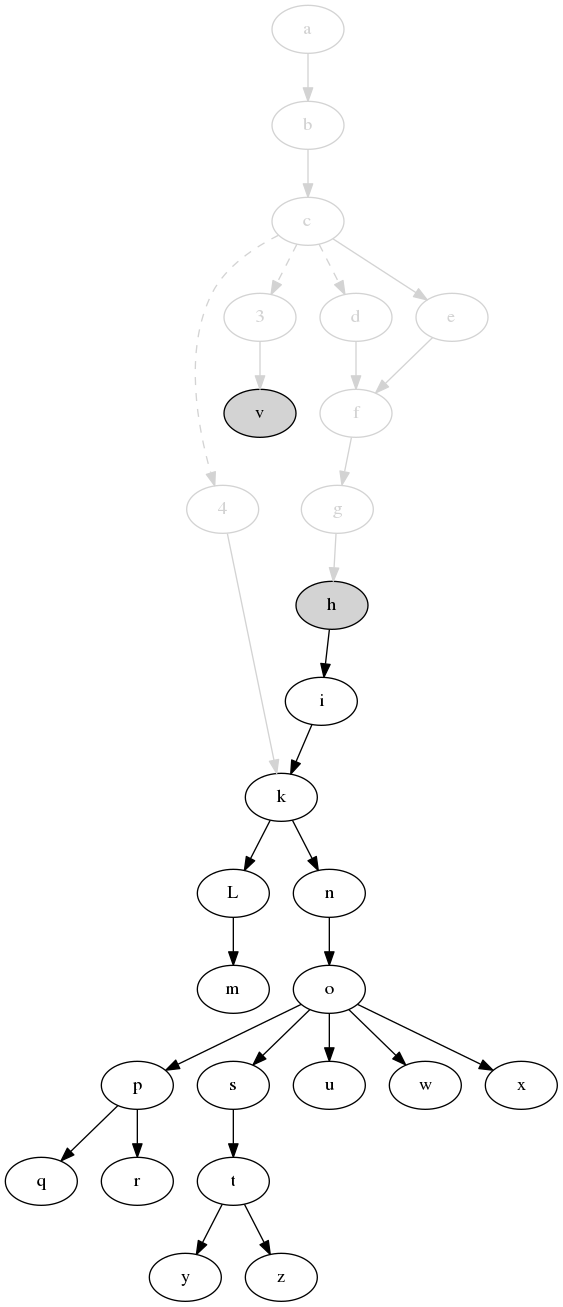
Before: svm-startup-deps.png, a diagram exported from Graphviz (jdmpapin/svm-startup-deps). Its source is kept beside it as svm-startup-deps.dot. Its diagram source:
```dot
digraph {
    4 [color=lightgrey,fontcolor=lightgrey];
    3 [color=lightgrey,fontcolor=lightgrey];
    a [color=lightgrey,fontcolor=lightgrey];
    b [color=lightgrey,fontcolor=lightgrey];
    c [color=lightgrey,fontcolor=lightgrey];
    d [color=lightgrey,fontcolor=lightgrey];
    e [color=lightgrey,fontcolor=lightgrey];
    f [color=lightgrey,fontcolor=lightgrey];
    g [color=lightgrey,fontcolor=lightgrey];
    h [style=filled,fillcolor=lightgrey];
    i;
    k;
    L;
    m;
    n;
    o;
    p;
    q;
    r;
    s;
    t;
    u;
    v [style=filled,fillcolor=lightgrey];
    w;
    x;
    y;
    z;

    4 -> k [color=lightgrey];
    c -> 4 [style=dashed,color=lightgrey];
    c -> 3 [style=dashed,color=lightgrey];
    c -> d [style=dashed,color=lightgrey];
    3 -> v [color=lightgrey];
    a -> b [color=lightgrey];
    b -> c [color=lightgrey];
    c -> e [color=lightgrey];
    d -> f [color=lightgrey];
    e -> f [color=lightgrey];
    f -> g [color=lightgrey];
    g -> h [color=lightgrey];
    h -> i;
    i -> k;
    k -> L;
    L -> m;
    k -> n;
    n -> o;
    o -> p;
    p -> q;
    p -> r;
    o -> s;
    s -> t;
    o -> u;
    o -> w;
    o -> x;
    t -> y;
    t -> z;
}
```
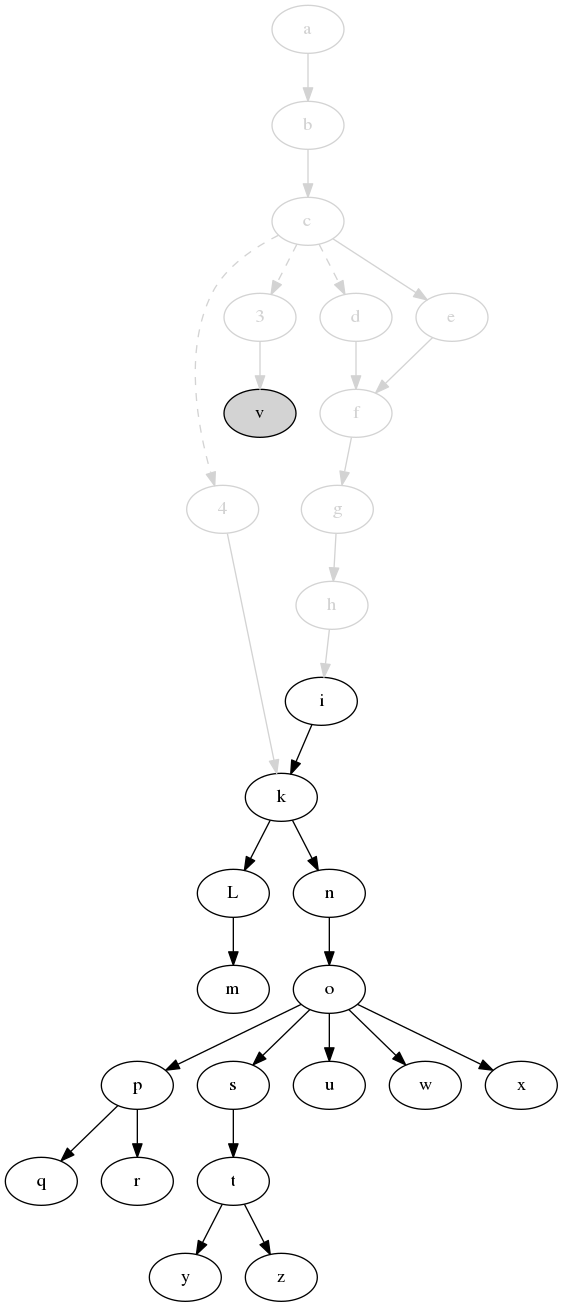
The same file after the commit.

What changed in the source:
```diff
@@ -8,7 +8,7 @@
     e [color=lightgrey,fontcolor=lightgrey];
     f [color=lightgrey,fontcolor=lightgrey];
     g [color=lightgrey,fontcolor=lightgrey];
-    h [style=filled,fillcolor=lightgrey];
+    h [color=lightgrey,fontcolor=lightgrey];
     i;
     k;
     L;
@@ -39,7 +39,7 @@
     e -> f [color=lightgrey];
     f -> g [color=lightgrey];
     g -> h [color=lightgrey];
-    h -> i;
+    h -> i [color=lightgrey];
     i -> k;
     k -> L;
     L -> m;
```
